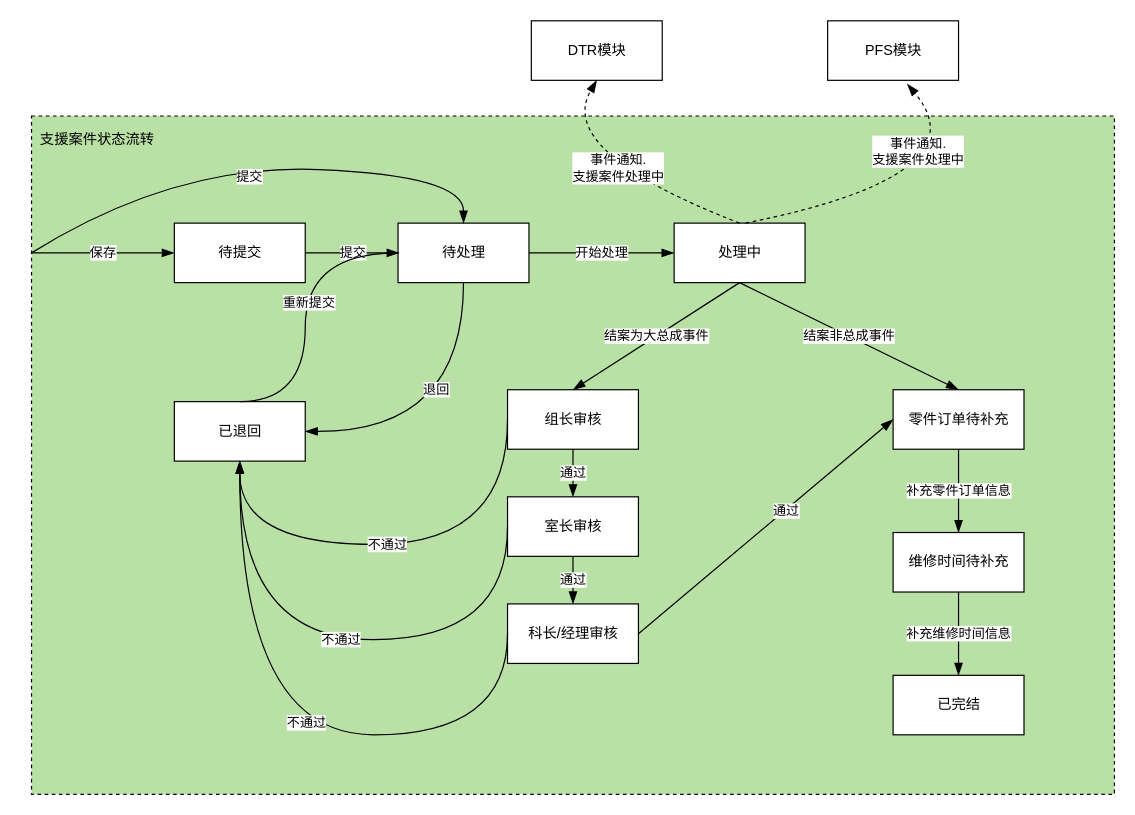
Earlier version of the draw.io diagram page "支援事件" (6 of 23) of images/支援案件时序图.drawio (1132489442/designer). Source tidied: cells renumbered, new cells numbered last; positions are measured from the earlier drawing's top-left corner, leaving out a move shared by most shapes. Both pictures are drawn from the tidied source at 119%, with x=0, y=0 at pixel (31, 20).
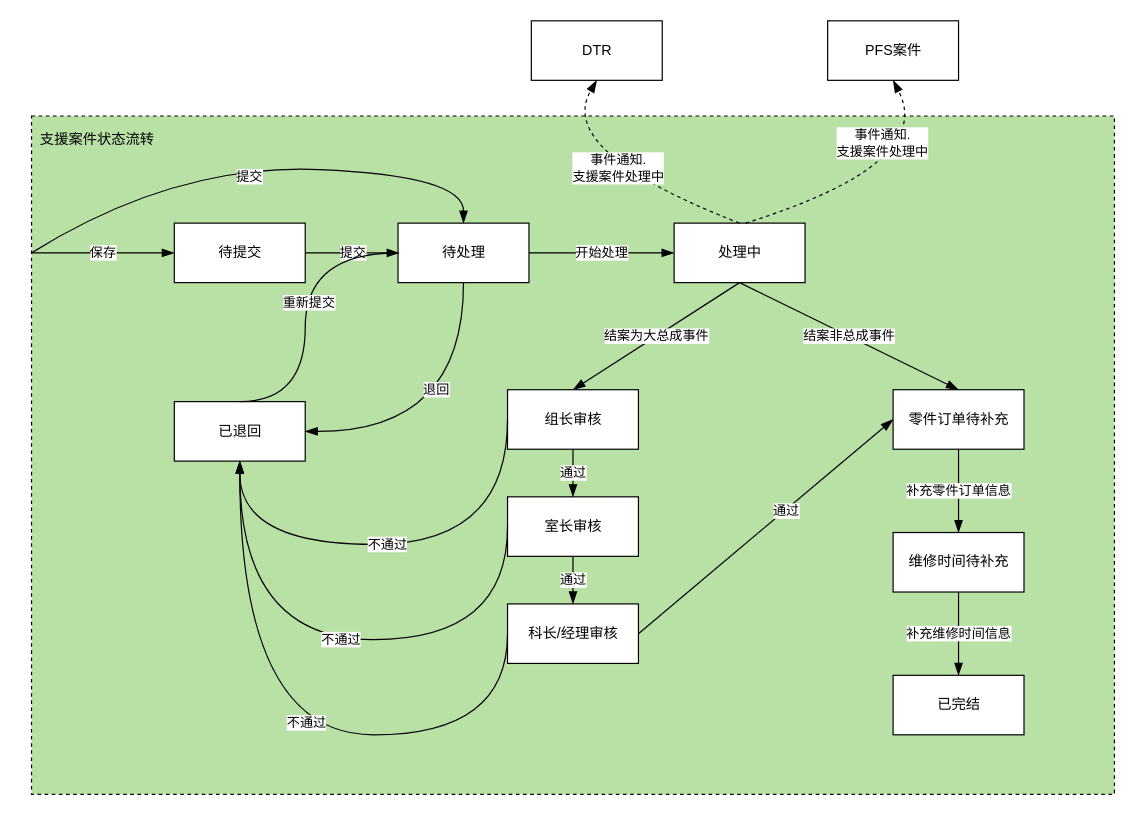
The same page after the edit.

The edit, as a diff of the source:
```diff
@@
-    <mxCell id="18" value="PFS模块" style="html=1;" parent="1" vertex="1">
+    <mxCell id="18" value="PFS案件" style="html=1;" parent="1" vertex="1">
       <mxGeometry x="669" width="110" height="50" as="geometry" />
     </mxCell>
-    <mxCell id="19" style="curved=1;endArrow=blockThin;html=1;rounded=0;entryX=0.608;entryY=1.061;entryDx=0;entryDy=0;dashed=1;endFill=1;endSize=8;entryPerimeter=0;" parent="1" edge="1" target="18">
+    <mxCell id="19" style="curved=1;endArrow=blockThin;html=1;rounded=0;entryX=0.5;entryY=1;entryDx=0;entryDy=0;dashed=1;endFill=1;endSize=8;" parent="1" edge="1" target="18">
       <mxGeometry relative="1" as="geometry">
         <mxPoint x="600" y="170" as="sourcePoint" />
         <Array as="points">
-          <mxPoint x="800" y="130" />
+          <mxPoint x="760" y="120" />
         </Array>
       </mxGeometry>
     </mxCell>
@@
-    <mxCell id="21" value="DTR模块" style="html=1;" parent="1" vertex="1">
+    <mxCell id="21" value="DTR" style="html=1;" parent="1" vertex="1">
       <mxGeometry x="420" width="110" height="50" as="geometry" />
     </mxCell>
```
